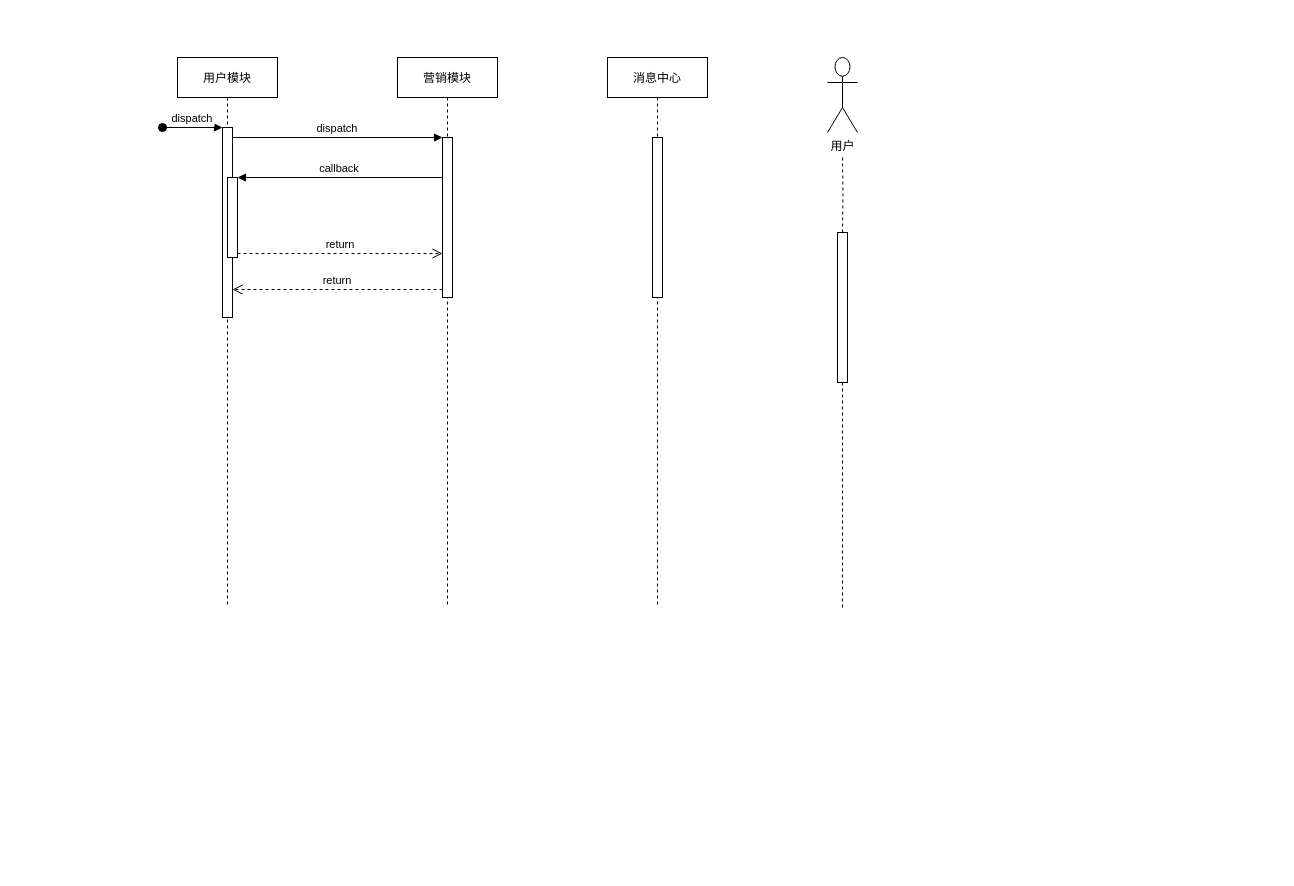
Above: 极客时间快乐push大体验时序图.drawio in innovatorCL/DiagramsRepo (draw.io), before the change. Source tidied: cells renumbered, new cells numbered last; positions are measured from the earlier drawing's top-left corner, leaving out a move shared by most shapes. Both pictures are drawn from the tidied source at 100%, with x=0, y=0 at pixel (162, 57).
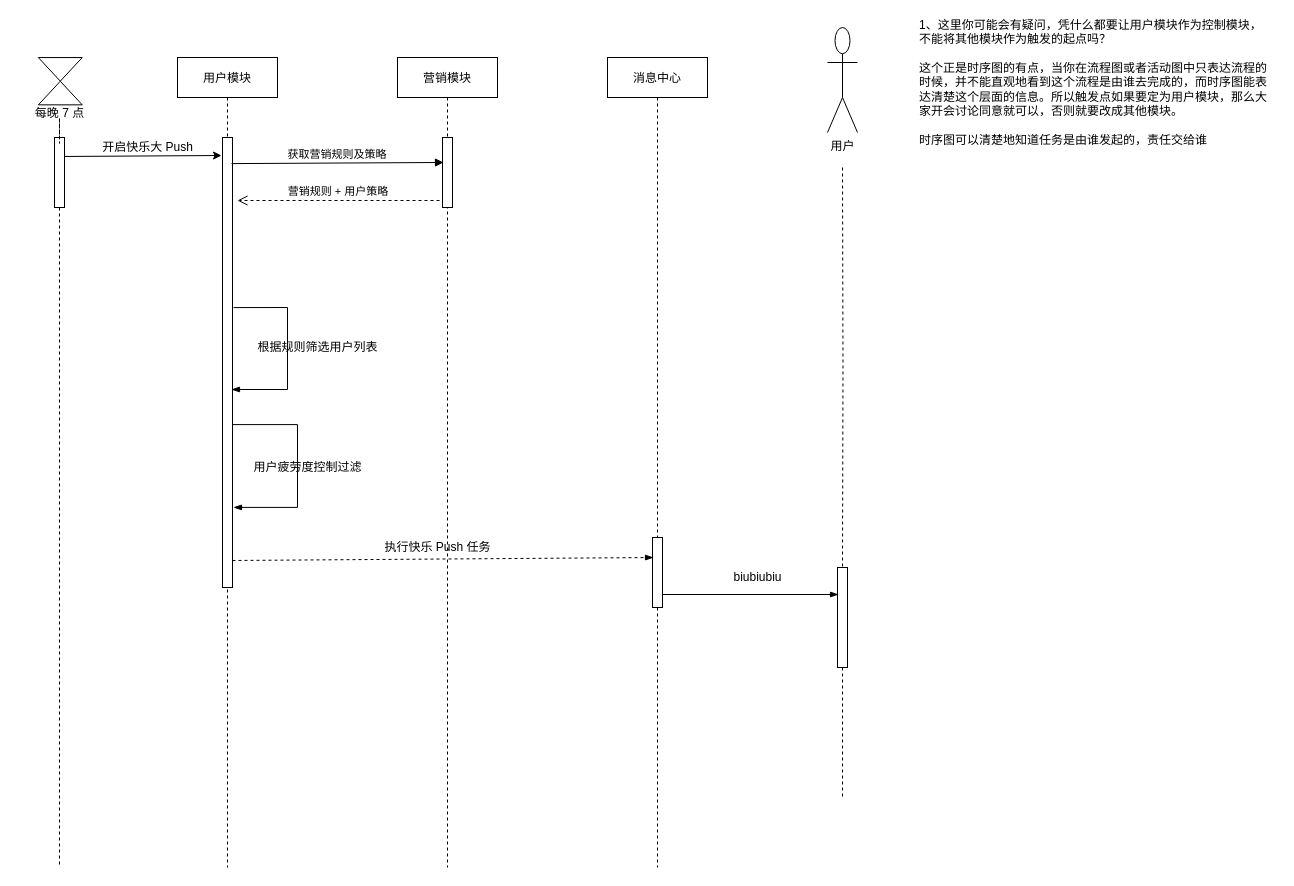
After the change.

Commit message (it also covers changes not shown here):
Update 极客时间快乐push大体验时序图.drawio

What changed in the source:
```diff
@@
     <mxCell id="2" value="用户模块" style="shape=umlLifeline;perimeter=lifelinePerimeter;rounded=0;shadow=0;strokeWidth=1;" parent="1" vertex="1">
-      <mxGeometry x="15" width="100" height="550" as="geometry" />
+      <mxGeometry x="15" width="100" height="810" as="geometry" />
     </mxCell>
     <mxCell id="3" style="points=[];perimeter=orthogonalPerimeter;rounded=0;shadow=0;strokeWidth=1;" parent="2" vertex="1">
-      <mxGeometry x="45" y="70" width="10" height="190" as="geometry" />
+      <mxGeometry x="45" y="80" width="10" height="450" as="geometry" />
     </mxCell>
-    <mxCell id="4" value="dispatch" style="verticalAlign=bottom;startArrow=oval;endArrow=block;startSize=8;shadow=0;strokeWidth=1;" parent="2" edge="1" target="3">
-      <mxGeometry relative="1" as="geometry">
-        <mxPoint x="-15" y="70" as="sourcePoint" />
-      </mxGeometry>
-    </mxCell>
-    <mxCell id="5" style="points=[];perimeter=orthogonalPerimeter;rounded=0;shadow=0;strokeWidth=1;" parent="2" vertex="1">
-      <mxGeometry x="50" y="120" width="10" height="80" as="geometry" />
-    </mxCell>
+    <mxCell id="19" style="endArrow=blockThin;html=1;rounded=0;exitX=1;exitY=0.638;exitDx=0;exitDy=0;exitPerimeter=0;edgeStyle=elbowEdgeStyle;elbow=vertical;entryX=1.1;entryY=0.822;entryDx=0;entryDy=0;entryPerimeter=0;endFill=1;" parent="2" edge="1" source="3" target="3">
+      <mxGeometry relative="1" as="geometry">
+        <Array as="points">
+          <mxPoint x="120" y="370" />
+          <mxPoint x="120" y="420" />
+          <mxPoint x="180" y="470" />
+        </Array>
+      </mxGeometry>
+    </mxCell>
+    <mxCell id="20" style="endArrow=blockThin;html=1;rounded=0;elbow=vertical;exitX=1.1;exitY=0.378;exitDx=0;exitDy=0;exitPerimeter=0;entryX=0.9;entryY=0.56;entryDx=0;entryDy=0;entryPerimeter=0;endFill=1;" parent="2" edge="1" source="3" target="3">
+      <mxGeometry relative="1" as="geometry">
+        <Array as="points">
+          <mxPoint x="110" y="250" />
+          <mxPoint x="110" y="332" />
+        </Array>
+      </mxGeometry>
+    </mxCell>
     <mxCell id="6" value="营销模块" style="shape=umlLifeline;perimeter=lifelinePerimeter;rounded=0;shadow=0;strokeWidth=1;" parent="1" vertex="1">
-      <mxGeometry x="235" width="100" height="550" as="geometry" />
+      <mxGeometry x="235" width="100" height="810" as="geometry" />
     </mxCell>
     <mxCell id="7" style="points=[];perimeter=orthogonalPerimeter;rounded=0;shadow=0;strokeWidth=1;" parent="6" vertex="1">
-      <mxGeometry x="45" y="80" width="10" height="160" as="geometry" />
+      <mxGeometry x="45" y="80" width="10" height="70" as="geometry" />
     </mxCell>
+    <mxCell id="21" value="执行快乐 Push 任务" style="text;html=1;align=center;verticalAlign=middle;strokeColor=none;fillColor=none;" parent="6" vertex="1">
+      <mxGeometry x="-20" y="480" width="120" height="20" as="geometry" />
+    </mxCell>
-    <mxCell id="8" value="return" style="verticalAlign=bottom;endArrow=open;dashed=1;endSize=8;exitX=0;exitY=0.95;shadow=0;strokeWidth=1;" parent="1" edge="1" source="7" target="3">
-      <mxGeometry relative="1" as="geometry" />
+    <mxCell id="8" value="营销规则 + 用户策略" style="verticalAlign=bottom;endArrow=open;dashed=1;endSize=8;exitX=-0.3;exitY=0.9;shadow=0;strokeWidth=1;exitDx=0;exitDy=0;exitPerimeter=0;" parent="1" edge="1" source="7">
+      <mxGeometry relative="1" as="geometry">
+        <mxPoint x="75" y="143" as="targetPoint" />
+      </mxGeometry>
     </mxCell>
-    <mxCell id="9" value="dispatch" style="verticalAlign=bottom;endArrow=block;entryX=0;entryY=0;shadow=0;strokeWidth=1;" parent="1" edge="1" source="3" target="7">
+    <mxCell id="9" value="获取营销规则及策略" style="verticalAlign=bottom;endArrow=block;shadow=0;strokeWidth=1;exitX=0.9;exitY=0.058;exitDx=0;exitDy=0;exitPerimeter=0;entryX=0.1;entryY=0.357;entryDx=0;entryDy=0;entryPerimeter=0;" parent="1" edge="1" source="3" target="7">
       <mxGeometry relative="1" as="geometry" />
     </mxCell>
-    <mxCell id="10" value="callback" style="verticalAlign=bottom;endArrow=block;entryX=1;entryY=0;shadow=0;strokeWidth=1;" parent="1" edge="1" source="7" target="5">
-      <mxGeometry relative="1" as="geometry" />
-    </mxCell>
-    <mxCell id="11" value="return" style="verticalAlign=bottom;endArrow=open;dashed=1;endSize=8;exitX=1;exitY=0.95;shadow=0;strokeWidth=1;" parent="1" edge="1" source="5" target="7">
-      <mxGeometry relative="1" as="geometry" />
-    </mxCell>
     <mxCell id="12" style="group;" parent="1" vertex="1">
-      <mxGeometry x="665" width="30" height="550" as="geometry" />
+      <mxGeometry x="665" y="-30" width="30" height="770" as="geometry" />
     </mxCell>
     <mxCell id="13" style="edgeStyle=orthogonalEdgeStyle;rounded=0;jettySize=auto;html=1;endArrow=none;endFill=0;dashed=1;startArrow=none;" parent="12" edge="1" source="16">
       <mxGeometry relative="1" as="geometry">
-        <mxPoint x="15" y="550" as="targetPoint" />
+        <mxPoint x="15" y="770" as="targetPoint" />
       </mxGeometry>
     </mxCell>
     <mxCell id="14" style="edgeStyle=orthogonalEdgeStyle;rounded=0;jettySize=auto;html=1;dashed=1;endArrow=none;endFill=0;" parent="12" edge="1" target="16">
       <mxGeometry relative="1" as="geometry">
-        <mxPoint x="15" y="100" as="sourcePoint" />
+        <mxPoint x="15" y="140" as="sourcePoint" />
       </mxGeometry>
     </mxCell>
     <mxCell id="15" value="用户&lt;br&gt;" style="shape=umlActor;verticalLabelPosition=bottom;verticalAlign=top;html=1;" parent="12" vertex="1">
-      <mxGeometry width="30" height="75" as="geometry" />
+      <mxGeometry width="30" height="105" as="geometry" />
     </mxCell>
     <mxCell id="16" style="html=1;points=[];perimeter=orthogonalPerimeter;" parent="12" vertex="1">
-      <mxGeometry x="10" y="175" width="10" height="150" as="geometry" />
+      <mxGeometry x="10" y="540" width="10" height="100" as="geometry" />
     </mxCell>
     <mxCell id="17" value="消息中心" style="shape=umlLifeline;perimeter=lifelinePerimeter;rounded=0;shadow=0;strokeWidth=1;" parent="1" vertex="1">
-      <mxGeometry x="445" width="100" height="550" as="geometry" />
+      <mxGeometry x="445" width="100" height="810" as="geometry" />
     </mxCell>
+    <mxCell id="22" style="group;" parent="1" vertex="1">
+      <mxGeometry x="-145" width="83" height="65.9" as="geometry" />
+    </mxCell>
+    <mxCell id="23" value="每晚 7 点" style="text;html=1;align=center;verticalAlign=middle;points=[];strokeColor=none;fillColor=none;" parent="22" vertex="1">
+      <mxGeometry x="12" y="45.9" width="60" height="20" as="geometry" />
+    </mxCell>
+    <mxCell id="24" style="triangle;whiteSpace=wrap;html=1;rotation=90;" parent="22" vertex="1">
+      <mxGeometry x="31" y="-10.1" width="23.6" height="43.9" as="geometry" />
+    </mxCell>
+    <mxCell id="25" style="triangle;whiteSpace=wrap;html=1;rotation=-90;" parent="22" vertex="1">
+      <mxGeometry x="31" y="13.6" width="23.6" height="43.9" as="geometry" />
+    </mxCell>
+    <mxCell id="26" style="edgeStyle=orthogonalEdgeStyle;rounded=0;jettySize=auto;html=1;dashed=1;endArrow=none;endFill=0;startArrow=none;" parent="1" edge="1" source="18">
+      <mxGeometry relative="1" as="geometry">
+        <mxPoint x="-103" y="810" as="targetPoint" />
+      </mxGeometry>
+    </mxCell>
-    <mxCell id="18" style="points=[];perimeter=orthogonalPerimeter;rounded=0;shadow=0;strokeWidth=1;" parent="17" vertex="1">
-      <mxGeometry x="45" y="80" width="10" height="160" as="geometry" />
+    <mxCell id="18" style="points=[];perimeter=orthogonalPerimeter;rounded=0;shadow=0;strokeWidth=1;" parent="1" vertex="1">
+      <mxGeometry x="-108" y="80" width="10" height="70" as="geometry" />
     </mxCell>
+    <mxCell id="27" style="edgeStyle=orthogonalEdgeStyle;rounded=0;jettySize=auto;html=1;dashed=1;endArrow=none;endFill=0;" parent="1" edge="1" source="23" target="18">
+      <mxGeometry relative="1" as="geometry" />
+    </mxCell>
+    <mxCell id="28" style="endArrow=classic;html=1;rounded=0;exitX=1;exitY=0.271;exitDx=0;exitDy=0;exitPerimeter=0;entryX=-0.1;entryY=0.04;entryDx=0;entryDy=0;entryPerimeter=0;" parent="1" edge="1" source="18" target="3">
+      <mxGeometry relative="1" as="geometry" />
+    </mxCell>
+    <mxCell id="29" value="开启快乐大 Push" style="text;html=1;align=center;verticalAlign=middle;strokeColor=none;fillColor=none;" parent="1" vertex="1">
+      <mxGeometry x="-70" y="80" width="110" height="20" as="geometry" />
+    </mxCell>
+    <mxCell id="30" value="根据规则筛选用户列表" style="text;html=1;align=center;verticalAlign=middle;strokeColor=none;fillColor=none;" parent="1" vertex="1">
+      <mxGeometry x="85" y="280" width="140" height="20" as="geometry" />
+    </mxCell>
+    <mxCell id="31" value="用户疲劳度控制过滤" style="text;html=1;align=center;verticalAlign=middle;strokeColor=none;fillColor=none;" parent="1" vertex="1">
+      <mxGeometry x="85" y="400" width="120" height="20" as="geometry" />
+    </mxCell>
+    <mxCell id="32" style="points=[];perimeter=orthogonalPerimeter;rounded=0;shadow=0;strokeWidth=1;" parent="1" vertex="1">
+      <mxGeometry x="490" y="480" width="10" height="70" as="geometry" />
+    </mxCell>
+    <mxCell id="33" style="endArrow=blockThin;html=1;rounded=0;elbow=vertical;exitX=1;exitY=0.94;exitDx=0;exitDy=0;exitPerimeter=0;endFill=1;entryX=0.1;entryY=0.286;entryDx=0;entryDy=0;entryPerimeter=0;dashed=1;" parent="1" edge="1" source="3" target="32">
+      <mxGeometry relative="1" as="geometry" />
+    </mxCell>
+    <mxCell id="34" style="endArrow=blockThin;html=1;rounded=0;elbow=vertical;entryX=0.1;entryY=0.27;entryDx=0;entryDy=0;entryPerimeter=0;endFill=1;" parent="1" edge="1" source="32" target="16">
+      <mxGeometry relative="1" as="geometry" />
+    </mxCell>
+    <mxCell id="35" value="biubiubiu" style="text;html=1;align=center;verticalAlign=middle;strokeColor=none;fillColor=none;" parent="1" vertex="1">
+      <mxGeometry x="565" y="510" width="60" height="20" as="geometry" />
+    </mxCell>
+    <mxCell id="36" value="1、这里你可能会有疑问，凭什么都要让用户模块作为控制模块，&lt;br&gt;不能将其他模块作为触发的起点吗？&lt;br&gt;&lt;br&gt;这个正是时序图的有点，当你在流程图或者活动图中只表达流程的&lt;br&gt;时候，并不能直观地看到这个流程是由谁去完成的，而时序图能表&lt;br&gt;达清楚这个层面的信息。所以触发点如果要定为用户模块，那么大&lt;br&gt;家开会讨论同意就可以，否则就要改成其他模块。&lt;br&gt;&lt;br&gt;时序图可以清楚地知道任务是由谁发起的，责任交给谁" style="text;html=1;align=left;verticalAlign=middle;strokeColor=none;fillColor=none;" parent="1" vertex="1">
+      <mxGeometry x="755" y="-40" width="360" height="130" as="geometry" />
+    </mxCell>
```
